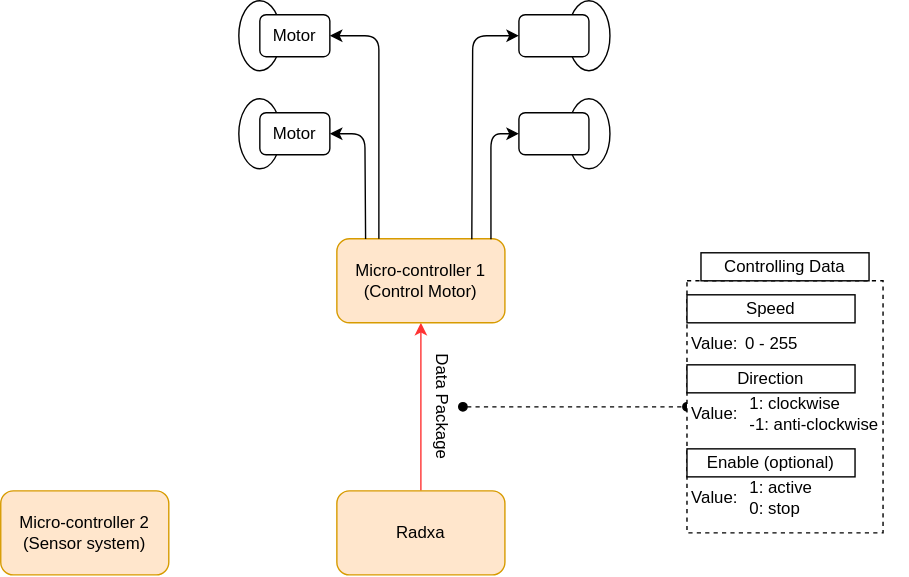
Above: Diagram_System/dataFlow.drawio.svg in meoDzz/codeRadxa-lidar (draw.io), before the change. Source tidied: cells renumbered, new cells last; positions are measured from the earlier drawing's top-left corner, leaving out a move shared by most shapes.
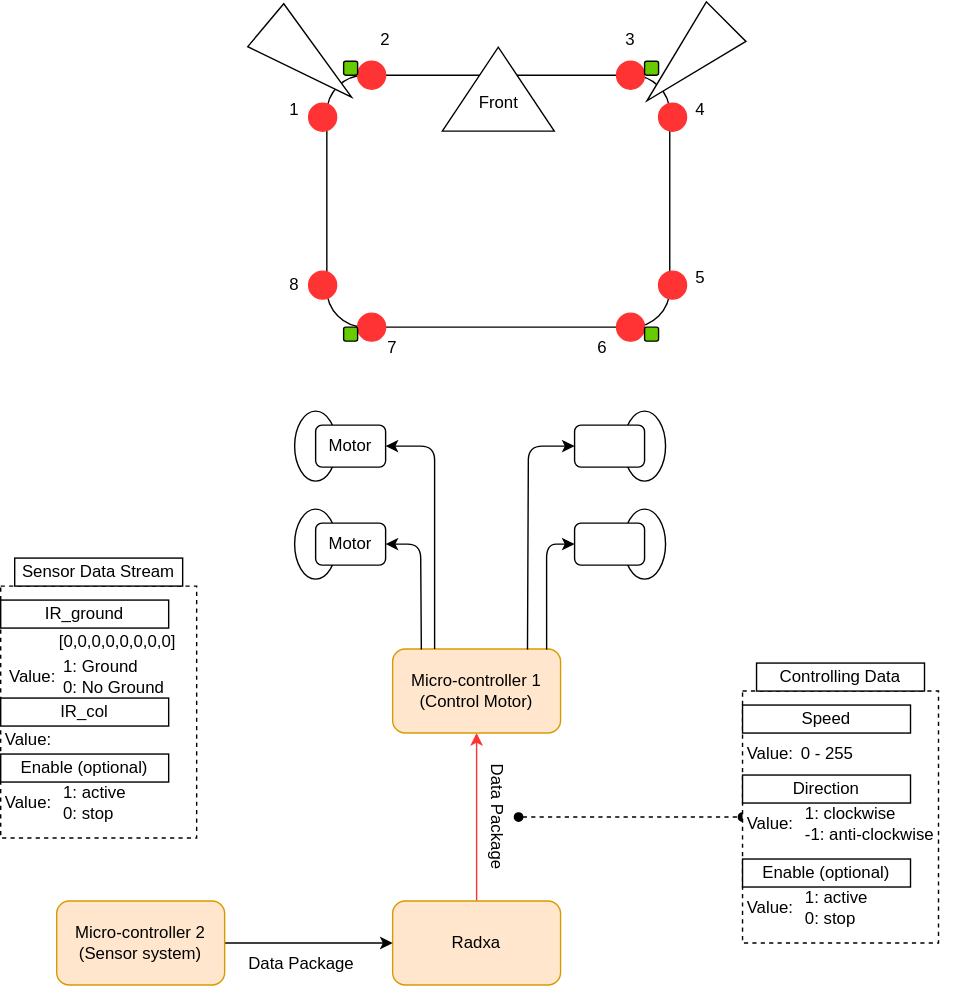
Above is the later version.

Diff of the diagram source:
```diff
@@ -121,8 +121,122 @@
         </Array>
       </mxGeometry>
     </mxCell>
+    <mxCell id="37" style="edgeStyle=none;html=1;entryX=0;entryY=0.5;entryDx=0;entryDy=0;" parent="1" edge="1" source="36" target="3">
+      <mxGeometry relative="1" as="geometry" />
+    </mxCell>
     <mxCell id="36" value="Micro-controller 2&lt;div&gt;(Sensor system)&lt;/div&gt;" style="rounded=1;whiteSpace=wrap;html=1;fillColor=#ffe6cc;strokeColor=#d79b00;" parent="1" vertex="1">
       <mxGeometry y="350" width="120" height="60" as="geometry" />
     </mxCell>
+    <mxCell id="38" value="Data Package" style="text;html=1;align=center;verticalAlign=middle;whiteSpace=wrap;rounded=0;rotation=0;" parent="1" vertex="1">
+      <mxGeometry x="130" y="380" width="90" height="30" as="geometry" />
+    </mxCell>
+    <mxCell id="39" value="&lt;div&gt;&lt;br&gt;&lt;/div&gt;" style="rounded=0;whiteSpace=wrap;html=1;dashed=1;align=center;" parent="1" vertex="1">
+      <mxGeometry x="-40" y="125" width="140" height="180" as="geometry" />
+    </mxCell>
+    <mxCell id="40" value="Sensor Data Stream" style="rounded=0;whiteSpace=wrap;html=1;" parent="1" vertex="1">
+      <mxGeometry x="-30" y="105" width="120" height="20" as="geometry" />
+    </mxCell>
+    <mxCell id="41" value="IR_ground" style="rounded=0;whiteSpace=wrap;html=1;" parent="1" vertex="1">
+      <mxGeometry x="-40" y="135" width="120" height="20" as="geometry" />
+    </mxCell>
+    <mxCell id="42" value="IR_col" style="rounded=0;whiteSpace=wrap;html=1;" parent="1" vertex="1">
+      <mxGeometry x="-40" y="205" width="120" height="20" as="geometry" />
+    </mxCell>
+    <mxCell id="43" value="Enable (optional)" style="rounded=0;whiteSpace=wrap;html=1;" parent="1" vertex="1">
+      <mxGeometry x="-40" y="245" width="120" height="20" as="geometry" />
+    </mxCell>
+    <mxCell id="44" value="Value:&amp;nbsp;" style="text;html=1;align=center;verticalAlign=middle;whiteSpace=wrap;rounded=0;" parent="1" vertex="1">
+      <mxGeometry x="-37.5" y="175" width="40" height="30" as="geometry" />
+    </mxCell>
+    <mxCell id="45" value="Value:" style="text;html=1;align=center;verticalAlign=middle;whiteSpace=wrap;rounded=0;" parent="1" vertex="1">
+      <mxGeometry x="-40" y="220" width="40" height="30" as="geometry" />
+    </mxCell>
+    <mxCell id="46" value="Value:" style="text;html=1;align=center;verticalAlign=middle;whiteSpace=wrap;rounded=0;" parent="1" vertex="1">
+      <mxGeometry x="-40" y="265" width="40" height="30" as="geometry" />
+    </mxCell>
+    <mxCell id="47" value="1: active&lt;div&gt;0: stop&lt;/div&gt;" style="text;html=1;align=left;verticalAlign=middle;whiteSpace=wrap;rounded=0;" parent="1" vertex="1">
+      <mxGeometry x="2.5" y="265" width="77.5" height="30" as="geometry" />
+    </mxCell>
+    <mxCell id="48" value="[0,0,0,0,0,0,0,0]" style="text;html=1;align=left;verticalAlign=middle;whiteSpace=wrap;rounded=0;" parent="1" vertex="1">
+      <mxGeometry y="150" width="90" height="30" as="geometry" />
+    </mxCell>
+    <mxCell id="49" value="1: Ground&lt;div&gt;0: No Ground&lt;/div&gt;" style="text;html=1;align=left;verticalAlign=middle;whiteSpace=wrap;rounded=0;" parent="1" vertex="1">
+      <mxGeometry x="2.5" y="175" width="80" height="30" as="geometry" />
+    </mxCell>
+    <mxCell id="50" style="rounded=1;whiteSpace=wrap;html=1;arcSize=15;" parent="1" vertex="1">
+      <mxGeometry x="193" y="-240" width="245" height="180" as="geometry" />
+    </mxCell>
+    <mxCell id="51" style="ellipse;whiteSpace=wrap;html=1;fillColor=#FF3333;strokeColor=#FF3333;" parent="1" vertex="1">
+      <mxGeometry x="180" y="-220" width="20" height="20" as="geometry" />
+    </mxCell>
+    <mxCell id="52" style="ellipse;whiteSpace=wrap;html=1;fillColor=#FF3333;strokeColor=#FF3333;" parent="1" vertex="1">
+      <mxGeometry x="215" y="-250" width="20" height="20" as="geometry" />
+    </mxCell>
+    <mxCell id="53" style="ellipse;whiteSpace=wrap;html=1;fillColor=#FF3333;strokeColor=#FF3333;" parent="1" vertex="1">
+      <mxGeometry x="430" y="-220" width="20" height="20" as="geometry" />
+    </mxCell>
+    <mxCell id="54" style="ellipse;whiteSpace=wrap;html=1;fillColor=#FF3333;strokeColor=#FF3333;" parent="1" vertex="1">
+      <mxGeometry x="400" y="-250" width="20" height="20" as="geometry" />
+    </mxCell>
+    <mxCell id="55" style="ellipse;whiteSpace=wrap;html=1;fillColor=#FF3333;strokeColor=#FF3333;" parent="1" vertex="1">
+      <mxGeometry x="430" y="-100" width="20" height="20" as="geometry" />
+    </mxCell>
+    <mxCell id="56" style="ellipse;whiteSpace=wrap;html=1;fillColor=#FF3333;strokeColor=#FF3333;" parent="1" vertex="1">
+      <mxGeometry x="400" y="-70" width="20" height="20" as="geometry" />
+    </mxCell>
+    <mxCell id="57" style="ellipse;whiteSpace=wrap;html=1;fillColor=#FF3333;strokeColor=#FF3333;" parent="1" vertex="1">
+      <mxGeometry x="215" y="-70" width="20" height="20" as="geometry" />
+    </mxCell>
+    <mxCell id="58" style="ellipse;whiteSpace=wrap;html=1;fillColor=#FF3333;strokeColor=#FF3333;" parent="1" vertex="1">
+      <mxGeometry x="180" y="-100" width="20" height="20" as="geometry" />
+    </mxCell>
+    <mxCell id="59" style="triangle;whiteSpace=wrap;html=1;rotation=40;" parent="1" vertex="1">
+      <mxGeometry x="140" y="-270" width="80" height="40" as="geometry" />
+    </mxCell>
+    <mxCell id="60" style="triangle;whiteSpace=wrap;html=1;rotation=-225;" parent="1" vertex="1">
+      <mxGeometry x="410" y="-270" width="80" height="40" as="geometry" />
+    </mxCell>
+    <mxCell id="61" style="rounded=1;whiteSpace=wrap;html=1;fillColor=#66CC00;" parent="1" vertex="1">
+      <mxGeometry x="205" y="-250" width="10" height="10" as="geometry" />
+    </mxCell>
+    <mxCell id="62" style="rounded=1;whiteSpace=wrap;html=1;fillColor=#66CC00;" parent="1" vertex="1">
+      <mxGeometry x="420" y="-250" width="10" height="10" as="geometry" />
+    </mxCell>
+    <mxCell id="63" style="rounded=1;whiteSpace=wrap;html=1;fillColor=#66CC00;" parent="1" vertex="1">
+      <mxGeometry x="420" y="-60" width="10" height="10" as="geometry" />
+    </mxCell>
+    <mxCell id="64" style="rounded=1;whiteSpace=wrap;html=1;fillColor=#66CC00;" parent="1" vertex="1">
+      <mxGeometry x="205" y="-60" width="10" height="10" as="geometry" />
+    </mxCell>
+    <mxCell id="65" value="1" style="text;html=1;align=center;verticalAlign=middle;whiteSpace=wrap;rounded=0;" parent="1" vertex="1">
+      <mxGeometry x="140" y="-230" width="60" height="30" as="geometry" />
+    </mxCell>
+    <mxCell id="66" value="2" style="text;html=1;align=center;verticalAlign=middle;whiteSpace=wrap;rounded=0;" parent="1" vertex="1">
+      <mxGeometry x="205" y="-280" width="60" height="30" as="geometry" />
+    </mxCell>
+    <mxCell id="67" value="3" style="text;html=1;align=center;verticalAlign=middle;whiteSpace=wrap;rounded=0;" parent="1" vertex="1">
+      <mxGeometry x="380" y="-280" width="60" height="30" as="geometry" />
+    </mxCell>
+    <mxCell id="68" value="4" style="text;html=1;align=center;verticalAlign=middle;whiteSpace=wrap;rounded=0;" parent="1" vertex="1">
+      <mxGeometry x="430" y="-230" width="60" height="30" as="geometry" />
+    </mxCell>
+    <mxCell id="69" value="5" style="text;html=1;align=center;verticalAlign=middle;whiteSpace=wrap;rounded=0;" parent="1" vertex="1">
+      <mxGeometry x="430" y="-110" width="60" height="30" as="geometry" />
+    </mxCell>
+    <mxCell id="70" value="6" style="text;html=1;align=center;verticalAlign=middle;whiteSpace=wrap;rounded=0;" parent="1" vertex="1">
+      <mxGeometry x="360" y="-60" width="60" height="30" as="geometry" />
+    </mxCell>
+    <mxCell id="71" value="7" style="text;html=1;align=center;verticalAlign=middle;whiteSpace=wrap;rounded=0;" parent="1" vertex="1">
+      <mxGeometry x="210" y="-60" width="60" height="30" as="geometry" />
+    </mxCell>
+    <mxCell id="72" value="8" style="text;html=1;align=center;verticalAlign=middle;whiteSpace=wrap;rounded=0;" parent="1" vertex="1">
+      <mxGeometry x="140" y="-105" width="60" height="30" as="geometry" />
+    </mxCell>
+    <mxCell id="73" style="triangle;whiteSpace=wrap;html=1;rotation=-90;" parent="1" vertex="1">
+      <mxGeometry x="285.5" y="-270" width="60" height="80" as="geometry" />
+    </mxCell>
+    <mxCell id="74" value="Front" style="text;html=1;align=center;verticalAlign=middle;whiteSpace=wrap;rounded=0;" parent="1" vertex="1">
+      <mxGeometry x="285.5" y="-235" width="60" height="30" as="geometry" />
+    </mxCell>
   </root>
 </mxGraphModel>
```
